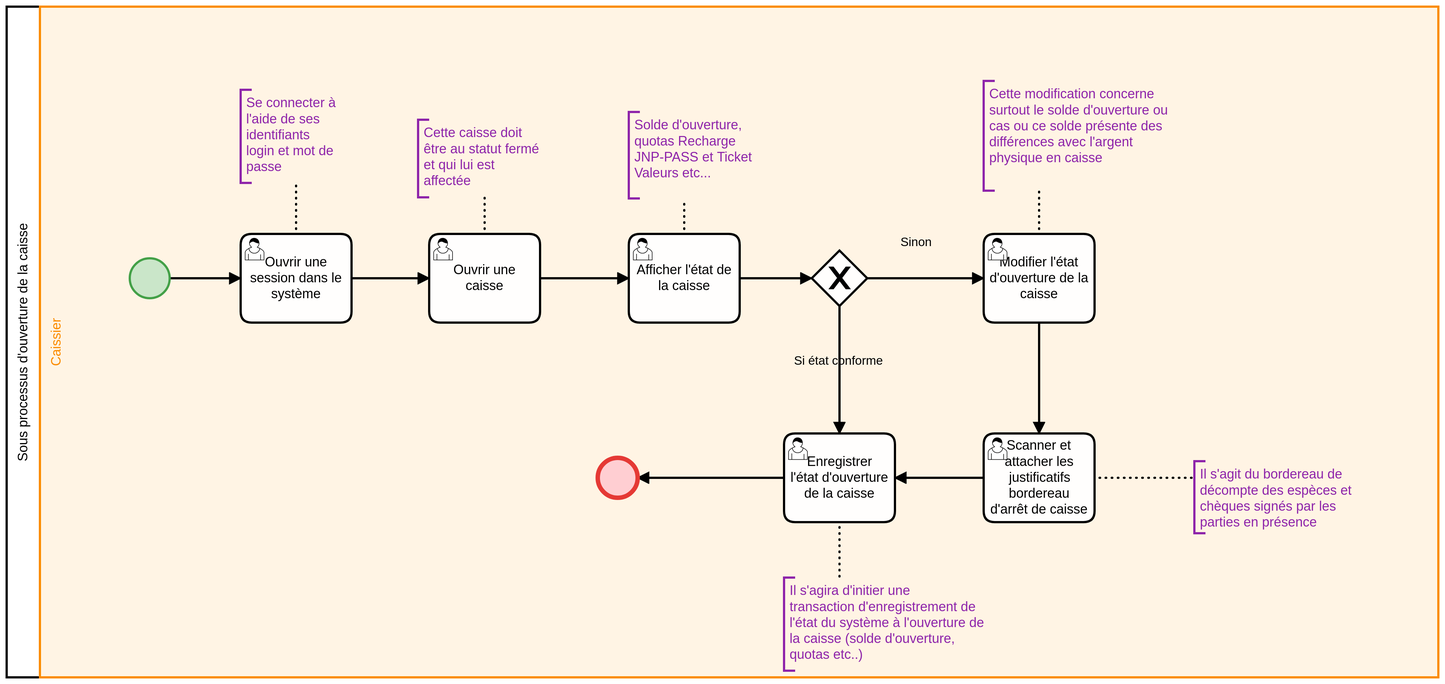
Before: Tresorerie/sp_ouverture_caisse.png, a diagram exported from BPMN (consolengnam/JNP-BPMN). Its source is kept beside it as Tresorerie/sp_ouverture_caisse.bpmn. Ids are renumbered.
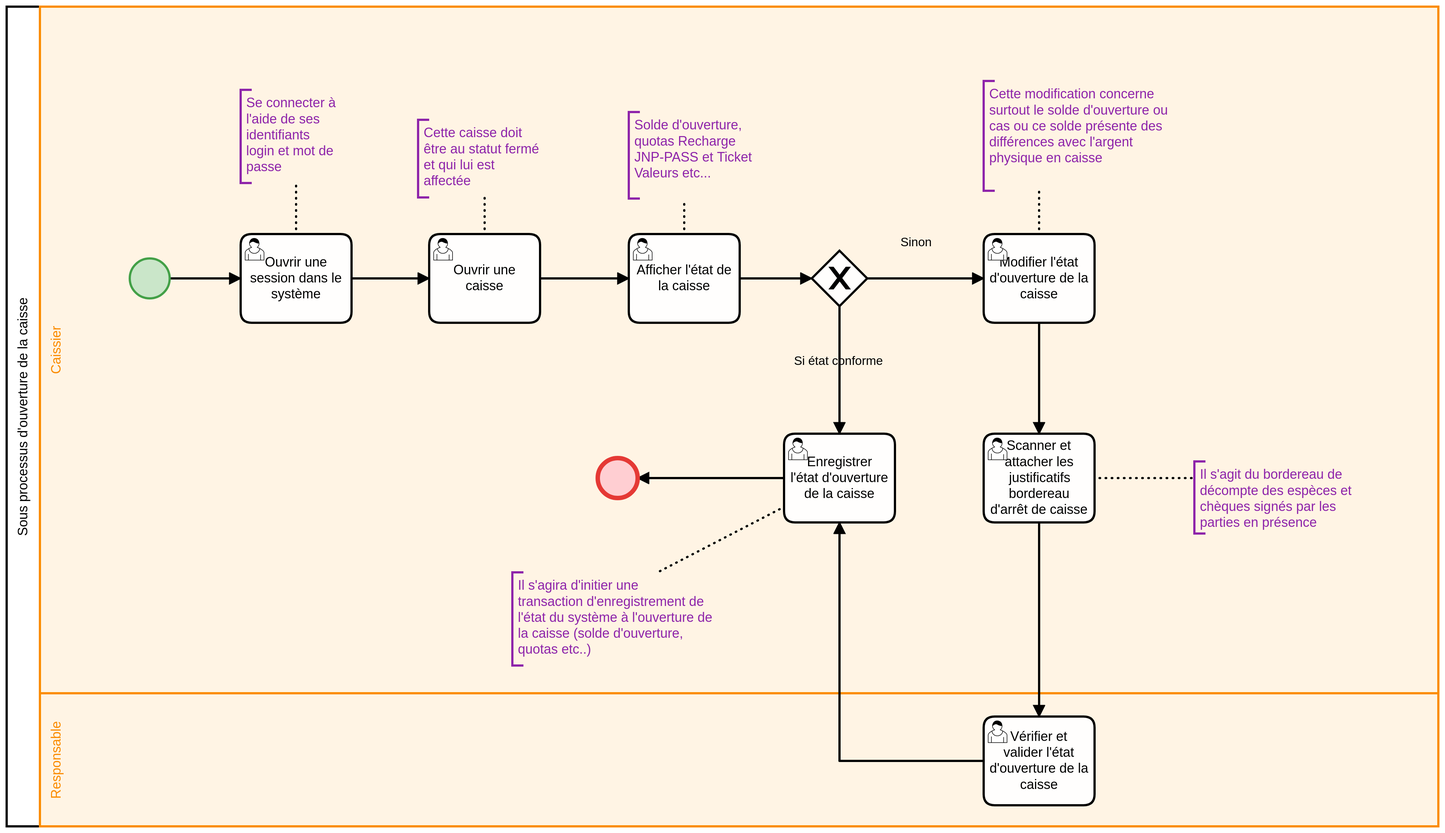
Later version of the same file.

Commit message:
Modification des sous processus de gestion de la caisse

The edit, as a diff of the source:
```diff
@@ -14,6 +14,9 @@
         <bpmn:flowNodeRef>Event_n13</bpmn:flowNodeRef>
         <bpmn:flowNodeRef>Activity_n14</bpmn:flowNodeRef>
         <bpmn:flowNodeRef>StartEvent_1</bpmn:flowNodeRef>
+      </bpmn:lane>
+      <bpmn:lane id="Lane_n36" name="Responsable">
+        <bpmn:flowNodeRef>Activity_n37</bpmn:flowNodeRef>
       </bpmn:lane>
     </bpmn:laneSet>
     <bpmn:userTask id="Activity_n7" name="Ouvrir une session dans le système">
@@ -39,28 +42,33 @@
     </bpmn:userTask>
     <bpmn:userTask id="Activity_n12" name="Scanner et attacher les justificatifs bordereau d&#39;arrêt de caisse">
       <bpmn:incoming>Flow_n21</bpmn:incoming>
-      <bpmn:outgoing>Flow_n22</bpmn:outgoing>
+      <bpmn:outgoing>Flow_n38</bpmn:outgoing>
     </bpmn:userTask>
     <bpmn:endEvent id="Event_n13">
       <bpmn:incoming>Flow_n23</bpmn:incoming>
     </bpmn:endEvent>
     <bpmn:userTask id="Activity_n14" name="Enregistrer l&#39;état d&#39;ouverture de la caisse">
       <bpmn:incoming>Flow_n20</bpmn:incoming>
-      <bpmn:incoming>Flow_n22</bpmn:incoming>
+      <bpmn:incoming>Flow_n39</bpmn:incoming>
       <bpmn:outgoing>Flow_n23</bpmn:outgoing>
     </bpmn:userTask>
     <bpmn:startEvent id="StartEvent_1">
       <bpmn:outgoing>Flow_n15</bpmn:outgoing>
     </bpmn:startEvent>
+    <bpmn:userTask id="Activity_n37" name="Vérifier et valider l&#39;état d&#39;ouverture de la caisse">
+      <bpmn:incoming>Flow_n38</bpmn:incoming>
+      <bpmn:outgoing>Flow_n39</bpmn:outgoing>
+    </bpmn:userTask>
+    <bpmn:sequenceFlow id="Flow_n23" sourceRef="Activity_n14" targetRef="Event_n13" />
+    <bpmn:sequenceFlow id="Flow_n21" sourceRef="Activity_n11" targetRef="Activity_n12" />
+    <bpmn:sequenceFlow id="Flow_n20" name="Si état conforme" sourceRef="Gateway_n10" targetRef="Activity_n14" />
+    <bpmn:sequenceFlow id="Flow_n19" name="Sinon" sourceRef="Gateway_n10" targetRef="Activity_n11" />
+    <bpmn:sequenceFlow id="Flow_n18" sourceRef="Activity_n9" targetRef="Gateway_n10" />
+    <bpmn:sequenceFlow id="Flow_n17" sourceRef="Activity_n8" targetRef="Activity_n9" />
+    <bpmn:sequenceFlow id="Flow_n16" sourceRef="Activity_n7" targetRef="Activity_n8" />
     <bpmn:sequenceFlow id="Flow_n15" sourceRef="StartEvent_1" targetRef="Activity_n7" />
-    <bpmn:sequenceFlow id="Flow_n16" sourceRef="Activity_n7" targetRef="Activity_n8" />
-    <bpmn:sequenceFlow id="Flow_n17" sourceRef="Activity_n8" targetRef="Activity_n9" />
-    <bpmn:sequenceFlow id="Flow_n18" sourceRef="Activity_n9" targetRef="Gateway_n10" />
-    <bpmn:sequenceFlow id="Flow_n19" name="Sinon" sourceRef="Gateway_n10" targetRef="Activity_n11" />
-    <bpmn:sequenceFlow id="Flow_n20" name="Si état conforme" sourceRef="Gateway_n10" targetRef="Activity_n14" />
-    <bpmn:sequenceFlow id="Flow_n21" sourceRef="Activity_n11" targetRef="Activity_n12" />
-    <bpmn:sequenceFlow id="Flow_n22" sourceRef="Activity_n12" targetRef="Activity_n14" />
-    <bpmn:sequenceFlow id="Flow_n23" sourceRef="Activity_n14" targetRef="Event_n13" />
+    <bpmn:sequenceFlow id="Flow_n38" sourceRef="Activity_n12" targetRef="Activity_n37" />
+    <bpmn:sequenceFlow id="Flow_n39" sourceRef="Activity_n37" targetRef="Activity_n14" />
     <bpmn:textAnnotation id="TextAnnotation_n24">
       <bpmn:text>Se connecter à l'aide de ses identifiants login et mot de passe</bpmn:text>
     </bpmn:textAnnotation>
@@ -70,150 +78,162 @@
     <bpmn:textAnnotation id="TextAnnotation_n26">
       <bpmn:text>Il s'agit du bordereau de décompte des espèces et chèques signés par les parties en présence</bpmn:text>
     </bpmn:textAnnotation>
+    <bpmn:textAnnotation id="TextAnnotation_n28">
+      <bpmn:text>Cette modification concerne surtout le solde d'ouverture ou cas ou ce solde présente des différences avec l'argent physique en caisse</bpmn:text>
+    </bpmn:textAnnotation>
+    <bpmn:textAnnotation id="TextAnnotation_n34">
+      <bpmn:text>Cette caisse doit être au statut fermé et qui lui est affectée</bpmn:text>
+    </bpmn:textAnnotation>
     <bpmn:textAnnotation id="TextAnnotation_n27">
       <bpmn:text>Il s'agira d'initier une transaction d'enregistrement de l'état du système à l'ouverture de la caisse (solde d'ouverture, quotas etc..)</bpmn:text>
-    </bpmn:textAnnotation>
-    <bpmn:textAnnotation id="TextAnnotation_n28">
-      <bpmn:text>Cette modification concerne surtout le solde d'ouverture ou cas ou ce solde présente des différences avec l'argent physique en caisse</bpmn:text>
     </bpmn:textAnnotation>
     <bpmn:association id="Association_n29" sourceRef="Activity_n7" targetRef="TextAnnotation_n24" />
     <bpmn:association id="Association_n30" sourceRef="Activity_n9" targetRef="TextAnnotation_n25" />
     <bpmn:association id="Association_n31" sourceRef="Activity_n12" targetRef="TextAnnotation_n26" />
+    <bpmn:association id="Association_n33" sourceRef="Activity_n11" targetRef="TextAnnotation_n28" />
+    <bpmn:association id="Association_n35" sourceRef="Activity_n8" targetRef="TextAnnotation_n34" />
     <bpmn:association id="Association_n32" sourceRef="Activity_n14" targetRef="TextAnnotation_n27" />
-    <bpmn:association id="Association_n33" sourceRef="Activity_n11" targetRef="TextAnnotation_n28" />
-    <bpmn:textAnnotation id="TextAnnotation_n34">
-      <bpmn:text>Cette caisse doit être au statut fermé et qui lui est affectée</bpmn:text>
-    </bpmn:textAnnotation>
-    <bpmn:association id="Association_n35" sourceRef="Activity_n8" targetRef="TextAnnotation_n34" />
   </bpmn:process>
   <bpmndi:BPMNDiagram id="BPMNDiagram_1">
     <bpmndi:BPMNPlane id="BPMNPlane_1" bpmnElement="Collaboration_n2">
       <bpmndi:BPMNShape id="Participant_n3_di" bpmnElement="Participant_n3" isHorizontal="true">
-        <dc:Bounds x="149" y="77" width="1291" height="605" />
+        <dc:Bounds x="159" y="80" width="1291" height="739" />
         <bpmndi:BPMNLabel />
       </bpmndi:BPMNShape>
       <bpmndi:BPMNShape id="Lane_n6_di" bpmnElement="Lane_n6" isHorizontal="true" bioc:stroke="#fb8c00" bioc:fill="#ffe0b2" color:background-color="#ffe0b2" color:border-color="#fb8c00">
-        <dc:Bounds x="179" y="77" width="1261" height="605" />
+        <dc:Bounds x="189" y="80" width="1261" height="619" />
+        <bpmndi:BPMNLabel />
+      </bpmndi:BPMNShape>
+      <bpmndi:BPMNShape id="Lane_n36_di" bpmnElement="Lane_n36" isHorizontal="true" bioc:stroke="#fb8c00" bioc:fill="#ffe0b2" color:background-color="#ffe0b2" color:border-color="#fb8c00">
+        <dc:Bounds x="189" y="699" width="1261" height="120" />
         <bpmndi:BPMNLabel />
       </bpmndi:BPMNShape>
       <bpmndi:BPMNShape id="TextAnnotation_n24_di" bpmnElement="TextAnnotation_n24" bioc:stroke="#8e24aa" bioc:fill="#e1bee7" color:background-color="#e1bee7" color:border-color="#8e24aa">
-        <dc:Bounds x="360" y="152" width="100" height="84" />
+        <dc:Bounds x="370" y="155" width="100" height="84" />
         <bpmndi:BPMNLabel />
       </bpmndi:BPMNShape>
       <bpmndi:BPMNShape id="TextAnnotation_n25_di" bpmnElement="TextAnnotation_n25" bioc:stroke="#8e24aa" bioc:fill="#e1bee7" color:background-color="#e1bee7" color:border-color="#8e24aa">
-        <dc:Bounds x="710" y="172" width="119.99629355077836" height="77.99759080800592" />
+        <dc:Bounds x="720" y="175" width="120" height="78" />
         <bpmndi:BPMNLabel />
       </bpmndi:BPMNShape>
       <bpmndi:BPMNShape id="TextAnnotation_n26_di" bpmnElement="TextAnnotation_n26" bioc:stroke="#8e24aa" bioc:fill="#e1bee7" color:background-color="#e1bee7" color:border-color="#8e24aa">
-        <dc:Bounds x="1220" y="487" width="150" height="65" />
+        <dc:Bounds x="1230" y="490" width="150" height="65" />
+        <bpmndi:BPMNLabel />
+      </bpmndi:BPMNShape>
+      <bpmndi:BPMNShape id="TextAnnotation_n28_di" bpmnElement="TextAnnotation_n28" bioc:stroke="#8e24aa" bioc:fill="#e1bee7" color:background-color="#e1bee7" color:border-color="#8e24aa">
+        <dc:Bounds x="1040" y="147" width="180" height="99" />
+        <bpmndi:BPMNLabel />
+      </bpmndi:BPMNShape>
+      <bpmndi:BPMNShape id="TextAnnotation_n34_di" bpmnElement="TextAnnotation_n34" bioc:stroke="#8e24aa" bioc:fill="#e1bee7" color:background-color="#e1bee7" color:border-color="#8e24aa">
+        <dc:Bounds x="530" y="182" width="120" height="70" />
         <bpmndi:BPMNLabel />
       </bpmndi:BPMNShape>
       <bpmndi:BPMNShape id="TextAnnotation_n27_di" bpmnElement="TextAnnotation_n27" bioc:stroke="#8e24aa" bioc:fill="#e1bee7" color:background-color="#e1bee7" color:border-color="#8e24aa">
-        <dc:Bounds x="850" y="592" width="189.99027057079317" height="83.76575240919199" />
+        <dc:Bounds x="615" y="590" width="190" height="84" />
         <bpmndi:BPMNLabel />
       </bpmndi:BPMNShape>
-      <bpmndi:BPMNShape id="TextAnnotation_n28_di" bpmnElement="TextAnnotation_n28" bioc:stroke="#8e24aa" bioc:fill="#e1bee7" color:background-color="#e1bee7" color:border-color="#8e24aa">
-        <dc:Bounds x="1030" y="144" width="180" height="99" />
-        <bpmndi:BPMNLabel />
-      </bpmndi:BPMNShape>
-      <bpmndi:BPMNShape id="TextAnnotation_n34_di" bpmnElement="TextAnnotation_n34" bioc:stroke="#8e24aa" bioc:fill="#e1bee7" color:background-color="#e1bee7" color:border-color="#8e24aa">
-        <dc:Bounds x="520" y="179" width="119.99629355077836" height="69.68124536693847" />
-        <bpmndi:BPMNLabel />
-      </bpmndi:BPMNShape>
-      <bpmndi:BPMNEdge id="Flow_n15_di" bpmnElement="Flow_n15">
-        <di:waypoint x="296" y="322" />
-        <di:waypoint x="360" y="322" />
+      <bpmndi:BPMNEdge id="Flow_n23_di" bpmnElement="Flow_n23">
+        <di:waypoint x="860" y="505" />
+        <di:waypoint x="728" y="505" />
+      </bpmndi:BPMNEdge>
+      <bpmndi:BPMNEdge id="Flow_n21_di" bpmnElement="Flow_n21">
+        <di:waypoint x="1090" y="365" />
+        <di:waypoint x="1090" y="465" />
+      </bpmndi:BPMNEdge>
+      <bpmndi:BPMNEdge id="Flow_n20_di" bpmnElement="Flow_n20">
+        <di:waypoint x="910" y="350" />
+        <di:waypoint x="910" y="465" />
+        <bpmndi:BPMNLabel>
+          <dc:Bounds x="869" y="393" width="81" height="14" />
+        </bpmndi:BPMNLabel>
+      </bpmndi:BPMNEdge>
+      <bpmndi:BPMNEdge id="Flow_n19_di" bpmnElement="Flow_n19">
+        <di:waypoint x="935" y="325" />
+        <di:waypoint x="1040" y="325" />
+        <bpmndi:BPMNLabel>
+          <dc:Bounds x="965" y="286" width="29" height="14" />
+        </bpmndi:BPMNLabel>
+      </bpmndi:BPMNEdge>
+      <bpmndi:BPMNEdge id="Flow_n18_di" bpmnElement="Flow_n18">
+        <di:waypoint x="820" y="325" />
+        <di:waypoint x="885" y="325" />
+      </bpmndi:BPMNEdge>
+      <bpmndi:BPMNEdge id="Flow_n17_di" bpmnElement="Flow_n17">
+        <di:waypoint x="640" y="325" />
+        <di:waypoint x="720" y="325" />
       </bpmndi:BPMNEdge>
       <bpmndi:BPMNEdge id="Flow_n16_di" bpmnElement="Flow_n16">
-        <di:waypoint x="460" y="322" />
-        <di:waypoint x="530" y="322" />
+        <di:waypoint x="470" y="325" />
+        <di:waypoint x="540" y="325" />
       </bpmndi:BPMNEdge>
-      <bpmndi:BPMNEdge id="Flow_n17_di" bpmnElement="Flow_n17">
-        <di:waypoint x="630" y="322" />
-        <di:waypoint x="710" y="322" />
+      <bpmndi:BPMNEdge id="Flow_n15_di" bpmnElement="Flow_n15">
+        <di:waypoint x="306" y="325" />
+        <di:waypoint x="370" y="325" />
       </bpmndi:BPMNEdge>
-      <bpmndi:BPMNEdge id="Flow_n18_di" bpmnElement="Flow_n18">
-        <di:waypoint x="810" y="322" />
-        <di:waypoint x="875" y="322" />
+      <bpmndi:BPMNEdge id="Flow_n38_di" bpmnElement="Flow_n38">
+        <di:waypoint x="1090" y="545" />
+        <di:waypoint x="1090" y="720" />
       </bpmndi:BPMNEdge>
-      <bpmndi:BPMNEdge id="Flow_n19_di" bpmnElement="Flow_n19">
-        <di:waypoint x="925" y="322" />
-        <di:waypoint x="1030" y="322" />
-        <bpmndi:BPMNLabel>
-          <dc:Bounds x="955" y="283" width="29" height="14" />
-        </bpmndi:BPMNLabel>
-      </bpmndi:BPMNEdge>
-      <bpmndi:BPMNEdge id="Flow_n20_di" bpmnElement="Flow_n20">
-        <di:waypoint x="900" y="347" />
-        <di:waypoint x="900" y="462" />
-        <bpmndi:BPMNLabel>
-          <dc:Bounds x="859" y="390" width="81" height="14" />
-        </bpmndi:BPMNLabel>
-      </bpmndi:BPMNEdge>
-      <bpmndi:BPMNEdge id="Flow_n21_di" bpmnElement="Flow_n21">
-        <di:waypoint x="1080" y="362" />
-        <di:waypoint x="1080" y="462" />
-      </bpmndi:BPMNEdge>
-      <bpmndi:BPMNEdge id="Flow_n22_di" bpmnElement="Flow_n22">
-        <di:waypoint x="1030" y="502" />
-        <di:waypoint x="950" y="502" />
-      </bpmndi:BPMNEdge>
-      <bpmndi:BPMNEdge id="Flow_n23_di" bpmnElement="Flow_n23">
-        <di:waypoint x="850" y="502" />
-        <di:waypoint x="718" y="502" />
+      <bpmndi:BPMNEdge id="Flow_n39_di" bpmnElement="Flow_n39">
+        <di:waypoint x="1040" y="760" />
+        <di:waypoint x="910" y="760" />
+        <di:waypoint x="910" y="545" />
       </bpmndi:BPMNEdge>
       <bpmndi:BPMNShape id="Activity_04c2jgb_di" bpmnElement="Activity_n7">
-        <dc:Bounds x="360" y="282" width="100" height="80" />
+        <dc:Bounds x="370" y="285" width="100" height="80" />
       </bpmndi:BPMNShape>
       <bpmndi:BPMNShape id="Activity_1bjrqp7_di" bpmnElement="Activity_n8">
-        <dc:Bounds x="530" y="282" width="100" height="80" />
+        <dc:Bounds x="540" y="285" width="100" height="80" />
       </bpmndi:BPMNShape>
       <bpmndi:BPMNShape id="Activity_0x5uqt2_di" bpmnElement="Activity_n9">
-        <dc:Bounds x="710" y="282" width="100" height="80" />
+        <dc:Bounds x="720" y="285" width="100" height="80" />
       </bpmndi:BPMNShape>
       <bpmndi:BPMNShape id="Gateway_n10_di" bpmnElement="Gateway_n10" isMarkerVisible="true">
-        <dc:Bounds x="875" y="297" width="50" height="50" />
+        <dc:Bounds x="885" y="300" width="50" height="50" />
       </bpmndi:BPMNShape>
       <bpmndi:BPMNShape id="Activity_0e5xmz8_di" bpmnElement="Activity_n11">
-        <dc:Bounds x="1030" y="282" width="100" height="80" />
+        <dc:Bounds x="1040" y="285" width="100" height="80" />
         <bpmndi:BPMNLabel />
       </bpmndi:BPMNShape>
       <bpmndi:BPMNShape id="Activity_1fbf2e8_di" bpmnElement="Activity_n12">
-        <dc:Bounds x="1030" y="462" width="100" height="80" />
+        <dc:Bounds x="1040" y="465" width="100" height="80" />
         <bpmndi:BPMNLabel />
       </bpmndi:BPMNShape>
       <bpmndi:BPMNShape id="Event_n13_di" bpmnElement="Event_n13" bioc:stroke="#e53935" bioc:fill="#ffcdd2" color:background-color="#ffcdd2" color:border-color="#e53935">
-        <dc:Bounds x="682" y="484" width="36" height="36" />
+        <dc:Bounds x="692" y="487" width="36" height="36" />
       </bpmndi:BPMNShape>
       <bpmndi:BPMNShape id="Activity_0wbzjkv_di" bpmnElement="Activity_n14">
-        <dc:Bounds x="850" y="462" width="100" height="80" />
+        <dc:Bounds x="860" y="465" width="100" height="80" />
       </bpmndi:BPMNShape>
       <bpmndi:BPMNShape id="_BPMNShape_StartEvent_2" bpmnElement="StartEvent_1" bioc:stroke="#43a047" bioc:fill="#c8e6c9" color:background-color="#c8e6c9" color:border-color="#43a047">
-        <dc:Bounds x="260" y="304" width="36" height="36" />
+        <dc:Bounds x="270" y="307" width="36" height="36" />
+      </bpmndi:BPMNShape>
+      <bpmndi:BPMNShape id="Activity_0b9f1if_di" bpmnElement="Activity_n37">
+        <dc:Bounds x="1040" y="720" width="100" height="80" />
       </bpmndi:BPMNShape>
       <bpmndi:BPMNEdge id="Association_n29_di" bpmnElement="Association_n29">
-        <di:waypoint x="410" y="282" />
-        <di:waypoint x="410" y="236" />
+        <di:waypoint x="420" y="285" />
+        <di:waypoint x="420" y="239" />
+      </bpmndi:BPMNEdge>
+      <bpmndi:BPMNEdge id="Association_n35_di" bpmnElement="Association_n35">
+        <di:waypoint x="590" y="285" />
+        <di:waypoint x="590" y="252" />
       </bpmndi:BPMNEdge>
       <bpmndi:BPMNEdge id="Association_n30_di" bpmnElement="Association_n30">
-        <di:waypoint x="760" y="282" />
-        <di:waypoint x="760" y="250" />
+        <di:waypoint x="770" y="285" />
+        <di:waypoint x="770" y="253" />
+      </bpmndi:BPMNEdge>
+      <bpmndi:BPMNEdge id="Association_n33_di" bpmnElement="Association_n33">
+        <di:waypoint x="1090" y="285" />
+        <di:waypoint x="1090" y="246" />
       </bpmndi:BPMNEdge>
       <bpmndi:BPMNEdge id="Association_n31_di" bpmnElement="Association_n31">
-        <di:waypoint x="1130" y="502" />
-        <di:waypoint x="1220" y="502" />
+        <di:waypoint x="1140" y="505" />
+        <di:waypoint x="1230" y="505" />
       </bpmndi:BPMNEdge>
       <bpmndi:BPMNEdge id="Association_n32_di" bpmnElement="Association_n32">
-        <di:waypoint x="900" y="542" />
-        <di:waypoint x="900" y="592" />
-      </bpmndi:BPMNEdge>
-      <bpmndi:BPMNEdge id="Association_n33_di" bpmnElement="Association_n33">
-        <di:waypoint x="1080" y="282" />
-        <di:waypoint x="1080" y="243" />
-      </bpmndi:BPMNEdge>
-      <bpmndi:BPMNEdge id="Association_n35_di" bpmnElement="Association_n35">
-        <di:waypoint x="580" y="282" />
-        <di:waypoint x="580" y="249" />
+        <di:waypoint x="860" y="531" />
+        <di:waypoint x="746" y="590" />
       </bpmndi:BPMNEdge>
     </bpmndi:BPMNPlane>
   </bpmndi:BPMNDiagram>
```
